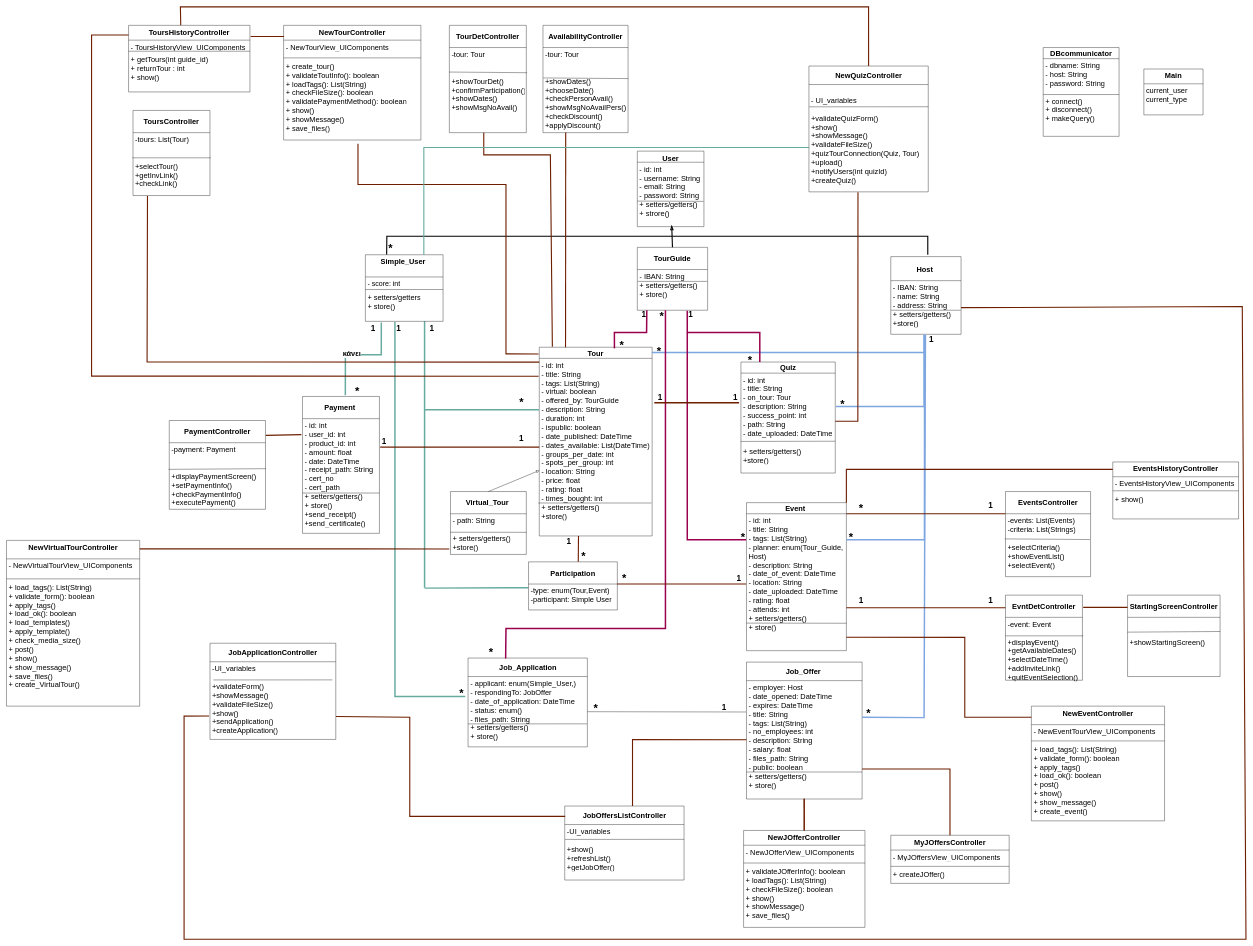
The draw.io diagram Phase-5/TempFiles/Diagrams/Domain-Model-v0.3_final.drawio in sfikastheo/CEID-SoftwareEngineering-2023, before the edit. Source tidied: cells renumbered, new cells numbered last; positions are measured from the earlier drawing's top-left corner, leaving out a move shared by most shapes. Both pictures are drawn from the tidied source at 37%, with x=0, y=0 at pixel (6, 7).
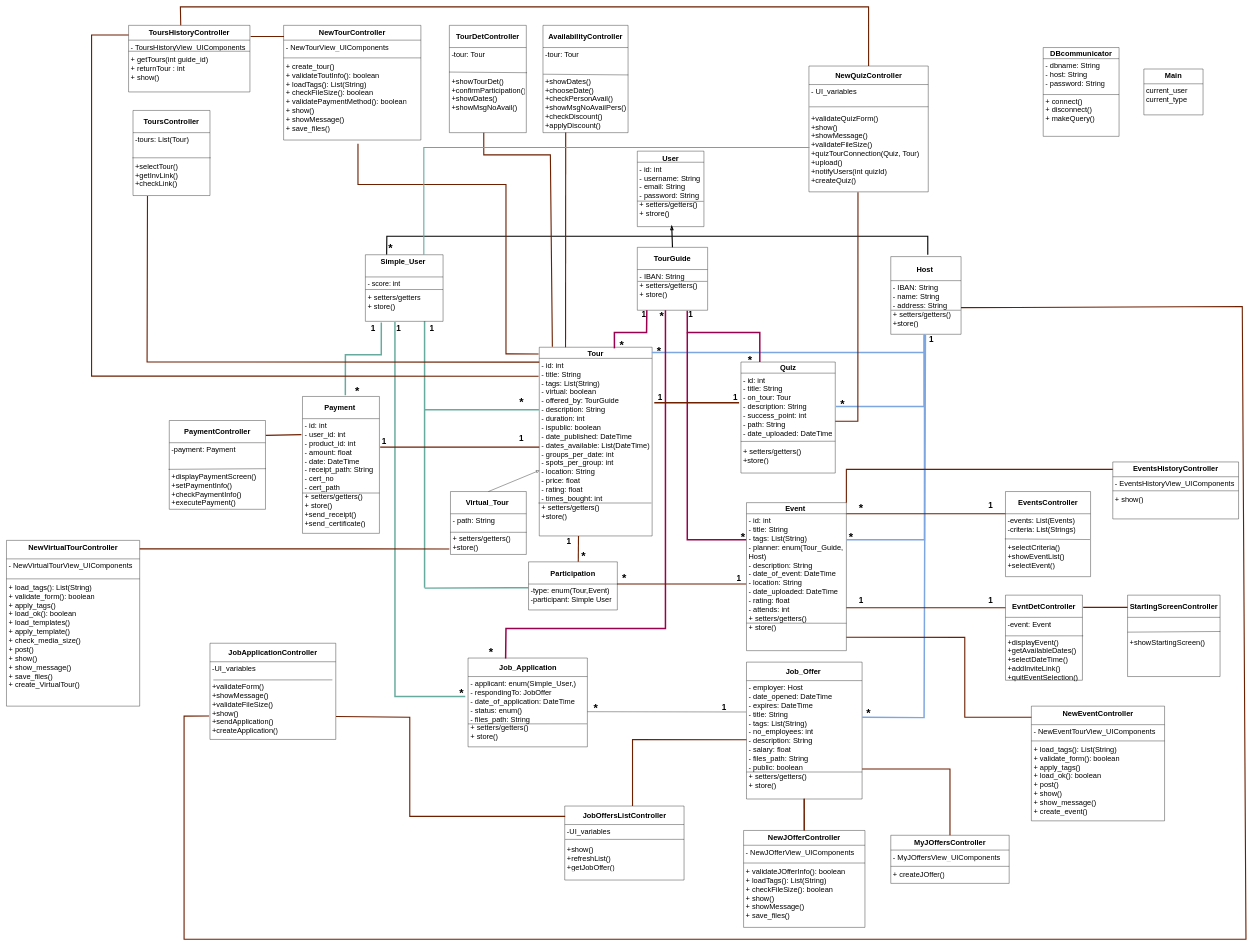
The same diagram, later.

The change refers to these unchanged cells:
```xml
<mxCell id="93" value="&lt;b&gt;NewQuizController&lt;/b&gt;" style="swimlane;fontStyle=0;horizontal=1;startSize=50;whiteSpace=wrap;html=1;fontSize=20;" parent="1" vertex="1">
  <mxGeometry x="2168.8" y="160" width="322.5" height="340" as="geometry" />
</mxCell>
<mxCell id="108" value="&lt;b&gt;AvailabilityController&lt;/b&gt;" style="swimlane;fontStyle=0;horizontal=1;startSize=60;whiteSpace=wrap;html=1;verticalAlign=middle;fontSize=20;" parent="1" vertex="1">
  <mxGeometry x="1450" y="50" width="230" height="290" as="geometry" />
</mxCell>
<mxCell id="109" value="&lt;div&gt;-tour: Tour&lt;/div&gt;&lt;div&gt;&lt;br&gt;&lt;/div&gt;&lt;div&gt;&lt;br&gt;&lt;/div&gt;&lt;div&gt;+showDates()&lt;br&gt;&lt;/div&gt;&lt;div&gt;+chooseDate()&lt;/div&gt;&lt;div&gt;+checkPersonAvail()&lt;/div&gt;&lt;div&gt;+showMsgNoAvailPers()&lt;br&gt;&lt;/div&gt;&lt;div&gt;+checkDiscount()&lt;/div&gt;&lt;div&gt;+applyDiscount()&lt;br&gt;&lt;/div&gt;" style="text;strokeColor=none;fillColor=none;align=left;verticalAlign=top;spacingLeft=4;spacingRight=4;overflow=hidden;points=[[0,0.5],[1,0.5]];portConstraint=eastwest;whiteSpace=wrap;html=1;fontSize=20;" parent="108" vertex="1">
  <mxGeometry y="60" width="230" height="230" as="geometry" />
</mxCell>
```

What changed in the source:
```diff
@@
-    <mxCell id="41" value="&lt;font style=&quot;font-size: 20px;&quot;&gt;κάνει&lt;/font&gt;" style="edgeLabel;html=1;align=center;verticalAlign=middle;fontStyle=1;fontSize=20;" parent="1" vertex="1">
-      <mxGeometry x="926" y="933" as="geometry">
-        <mxPoint x="6" y="2" as="offset" />
-      </mxGeometry>
-    </mxCell>
@@
-    <mxCell id="95" value="&lt;br&gt;- UI_variables&lt;br&gt;&lt;br&gt;+validateQuizForm()&lt;br&gt;+show()&lt;br&gt;+showMessage()&lt;br&gt;+validateFileSize()&lt;br&gt;+quizTourConnection(Quiz, Tour)&lt;br&gt;+upload()&lt;br&gt;+notifyUsers(int quizId)&lt;br&gt;+createQuiz()&lt;br&gt;" style="text;strokeColor=none;fillColor=none;align=left;verticalAlign=top;spacingLeft=4;spacingRight=4;overflow=hidden;points=[[0,0.5],[1,0.5]];portConstraint=eastwest;whiteSpace=wrap;html=1;fontSize=20;" parent="93" vertex="1">
+    <mxCell id="95" value="- UI_variables&lt;br&gt;&lt;br&gt;&lt;br&gt;+validateQuizForm()&lt;br&gt;+show()&lt;br&gt;+showMessage()&lt;br&gt;+validateFileSize()&lt;br&gt;+quizTourConnection(Quiz, Tour)&lt;br&gt;+upload()&lt;br&gt;+notifyUsers(int quizId)&lt;br&gt;+createQuiz()" style="text;strokeColor=none;fillColor=none;align=left;verticalAlign=top;spacingLeft=4;spacingRight=4;overflow=hidden;points=[[0,0.5],[1,0.5]];portConstraint=eastwest;whiteSpace=wrap;html=1;fontSize=20;" parent="93" vertex="1">
       <mxGeometry y="50" width="322.5" height="290" as="geometry" />
     </mxCell>
@@
-    <mxCell id="110" style="endArrow=none;html=1;rounded=0;exitX=0.003;exitY=0.357;exitDx=0;exitDy=0;exitPerimeter=0;entryX=1.002;entryY=0.365;entryDx=0;entryDy=0;entryPerimeter=0;" parent="108" edge="1" source="109" target="109">
-      <mxGeometry relative="1" as="geometry" />
+    <mxCell id="110" style="endArrow=none;html=1;rounded=0;exitX=0.003;exitY=0.357;exitDx=0;exitDy=0;exitPerimeter=0;entryX=1.002;entryY=0.365;entryDx=0;entryDy=0;entryPerimeter=0;" parent="108" edge="1">
+      <mxGeometry relative="1" as="geometry">
+        <mxPoint x="0.7" y="132.1" as="sourcePoint" />
+        <mxPoint x="230.5" y="134" as="targetPoint" />
+      </mxGeometry>
     </mxCell>
```
